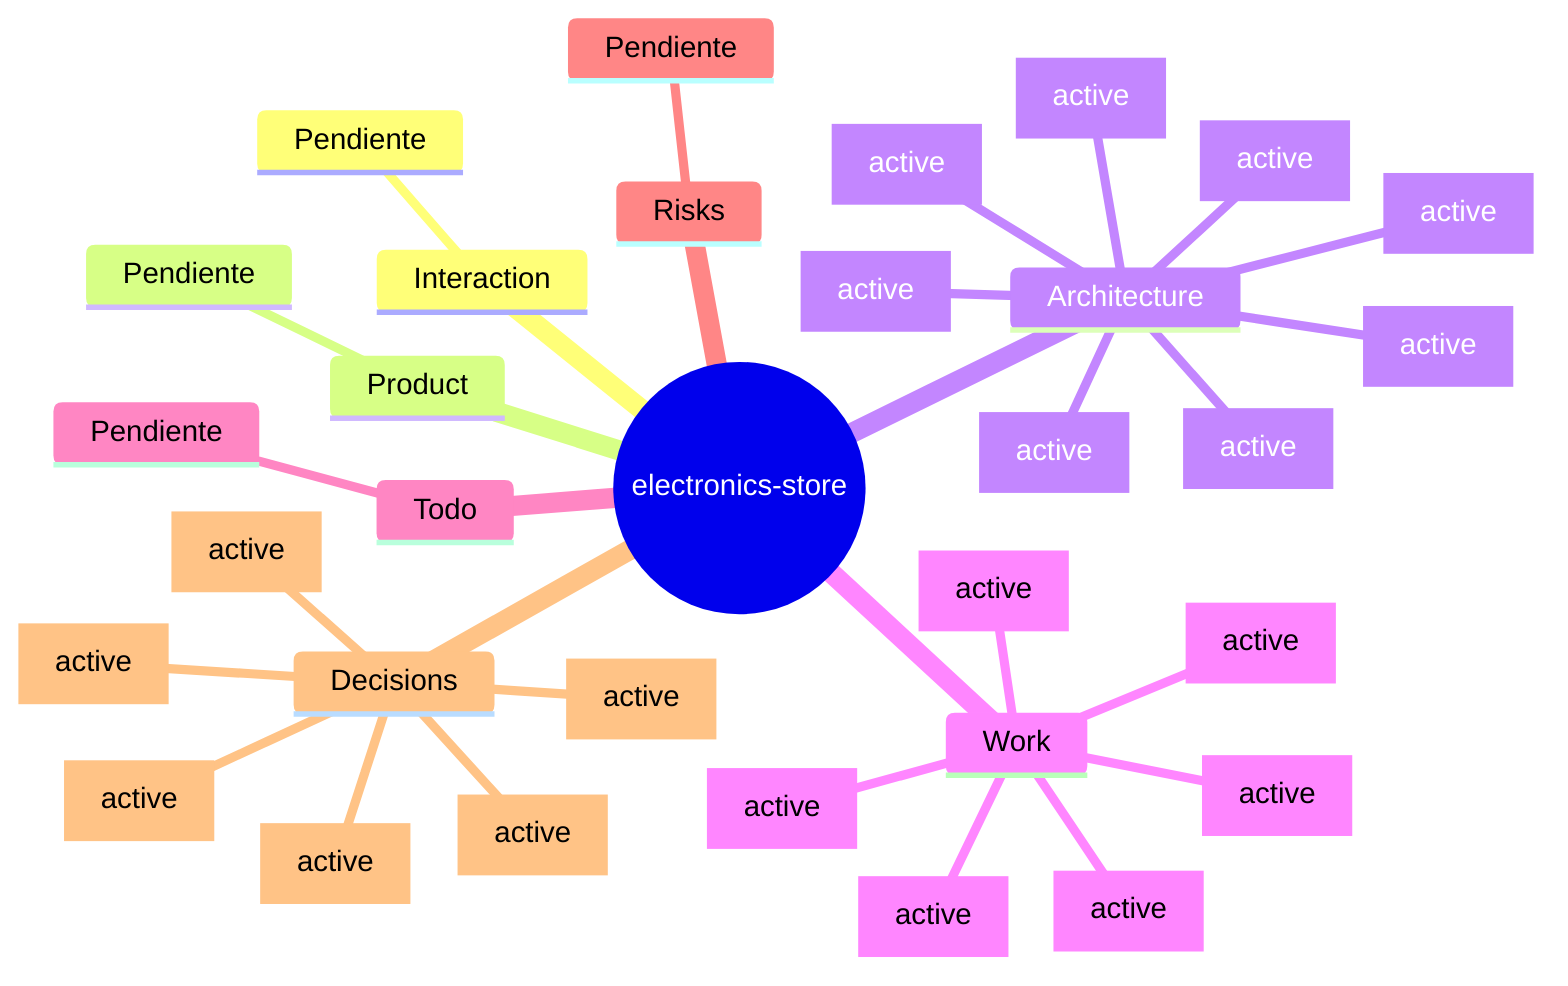
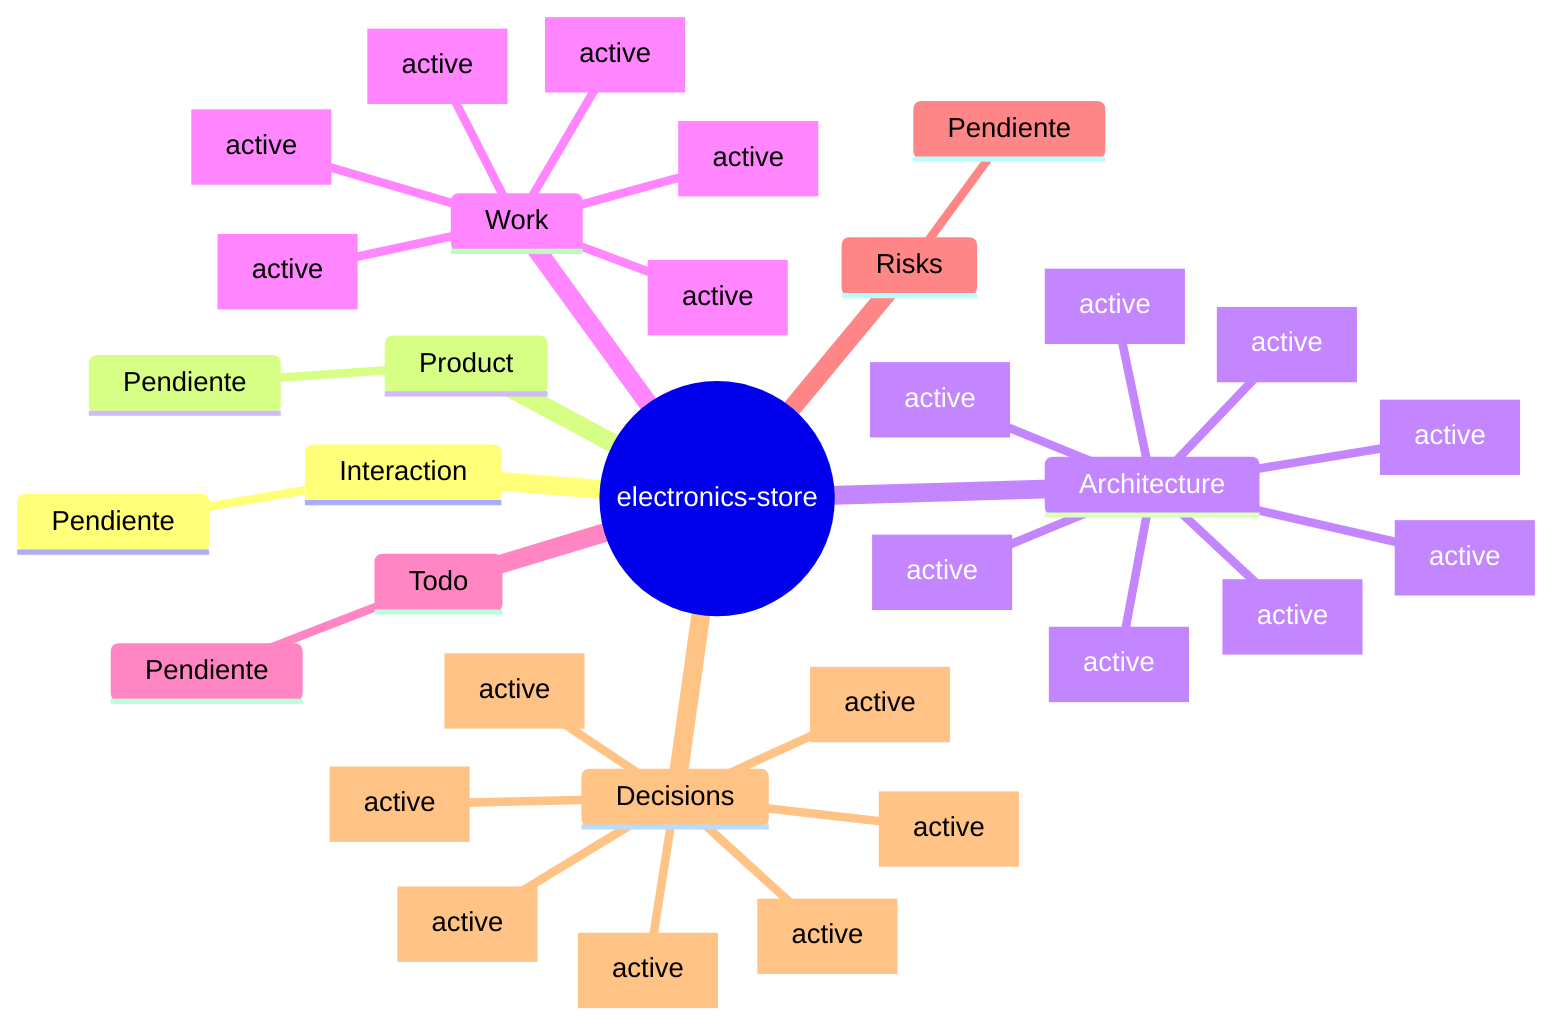
mindmap
  root((electronics-store))
    Interaction
      Pendiente
    Product
      Pendiente
    Architecture
      .env [active]
      .env.example [active]
      .gitignore [active]
      AGENTS.md [active]
      CLAUDE.md [active]
      README.md [active]
      eslint.config.mjs [active]
      middleware.ts [active]
    Work
      Google store admin access [active]
      Store security and caching pass [active]
      Electronics inventory research shortlist [active]
      Landing hero trust imagery [active]
      Updated family storefront hero image [active]
      Updated storefront hero image order [active]
    Todo
      Pendiente
    Risks
      Pendiente
    Decisions
      Landing hero image rotation [active]
      Official Nubel Store logo assets [active]
      Official SVG logo source [active]
      Compact technology wordmark [active]
      Serious brand hover animation [active]
      Sticky public header [active]
+       Delayed docked public header [active]
